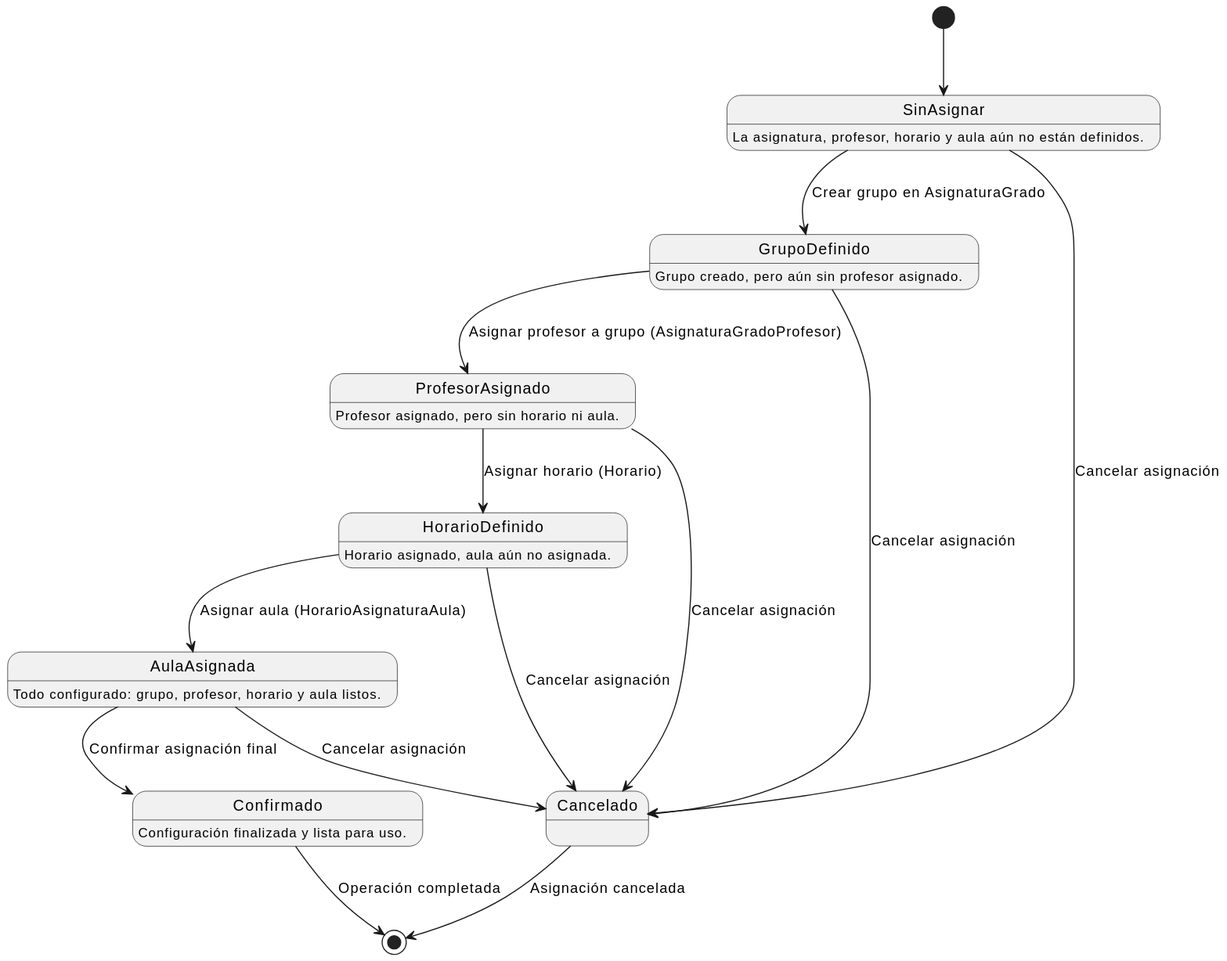
The PlantUML diagram modeloDelDominio/imagenes/DiagramaDeEstados.svg in mmasias/24-25-IdSw1-SDR, before a commit.
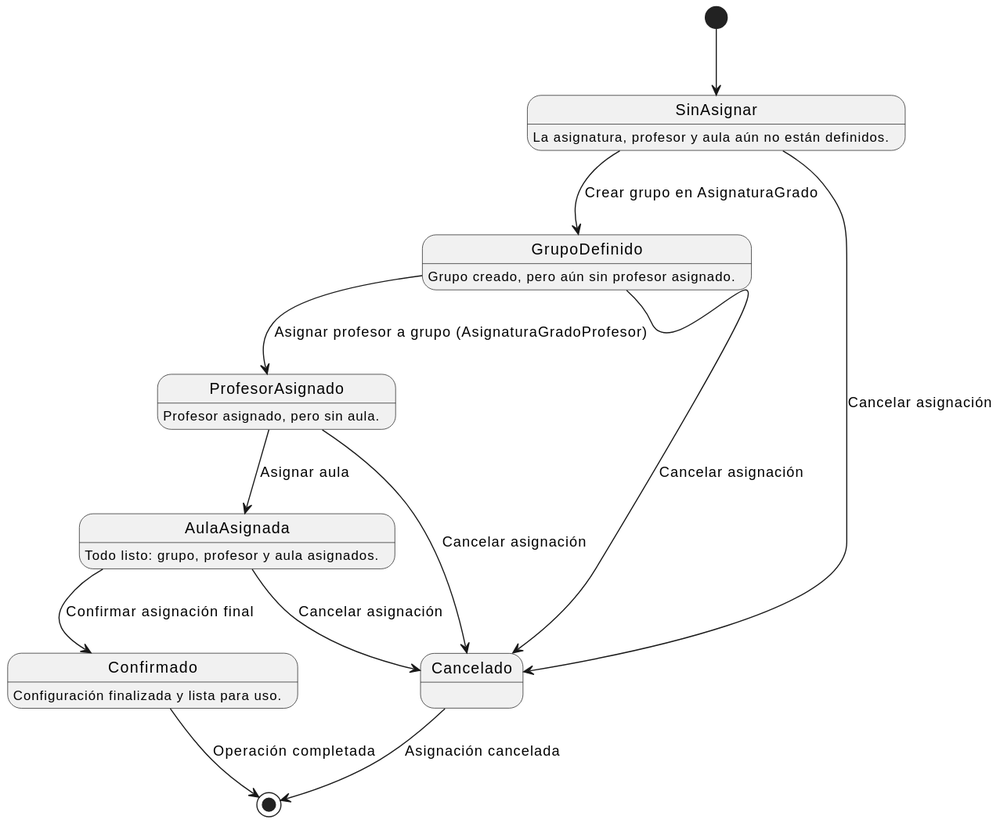
The same file after the commit.

Commit message:
cambio en el diagrama de estados para entidad asignatura

Diff of the diagram source:
```diff
@@ -1,27 +1,23 @@
 @startuml
 [*] --> SinAsignar
 
-SinAsignar : La asignatura, profesor, horario y aula aún no están definidos.
+SinAsignar : La asignatura, profesor y aula aún no están definidos.
 
 SinAsignar --> GrupoDefinido : Crear grupo en AsignaturaGrado
 GrupoDefinido : Grupo creado, pero aún sin profesor asignado.
 
 GrupoDefinido --> ProfesorAsignado : Asignar profesor a grupo (AsignaturaGradoProfesor)
-ProfesorAsignado : Profesor asignado, pero sin horario ni aula.
+ProfesorAsignado : Profesor asignado, pero sin aula.
 
-ProfesorAsignado --> HorarioDefinido : Asignar horario (Horario)
-HorarioDefinido : Horario asignado, aula aún no asignada.
+ProfesorAsignado --> AulaAsignada : Asignar aula
 
-HorarioDefinido --> AulaAsignada : Asignar aula (HorarioAsignaturaAula)
-AulaAsignada : Todo configurado: grupo, profesor, horario y aula listos.
-
+AulaAsignada : Todo listo: grupo, profesor y aula asignados.
 AulaAsignada --> Confirmado : Confirmar asignación final
 Confirmado : Configuración finalizada y lista para uso.
 
 SinAsignar --> Cancelado : Cancelar asignación
 GrupoDefinido --> Cancelado : Cancelar asignación
 ProfesorAsignado --> Cancelado : Cancelar asignación
-HorarioDefinido --> Cancelado : Cancelar asignación
 AulaAsignada --> Cancelado : Cancelar asignación
 Confirmado --> [*] : Operación completada
 Cancelado --> [*] : Asignación cancelada
```
